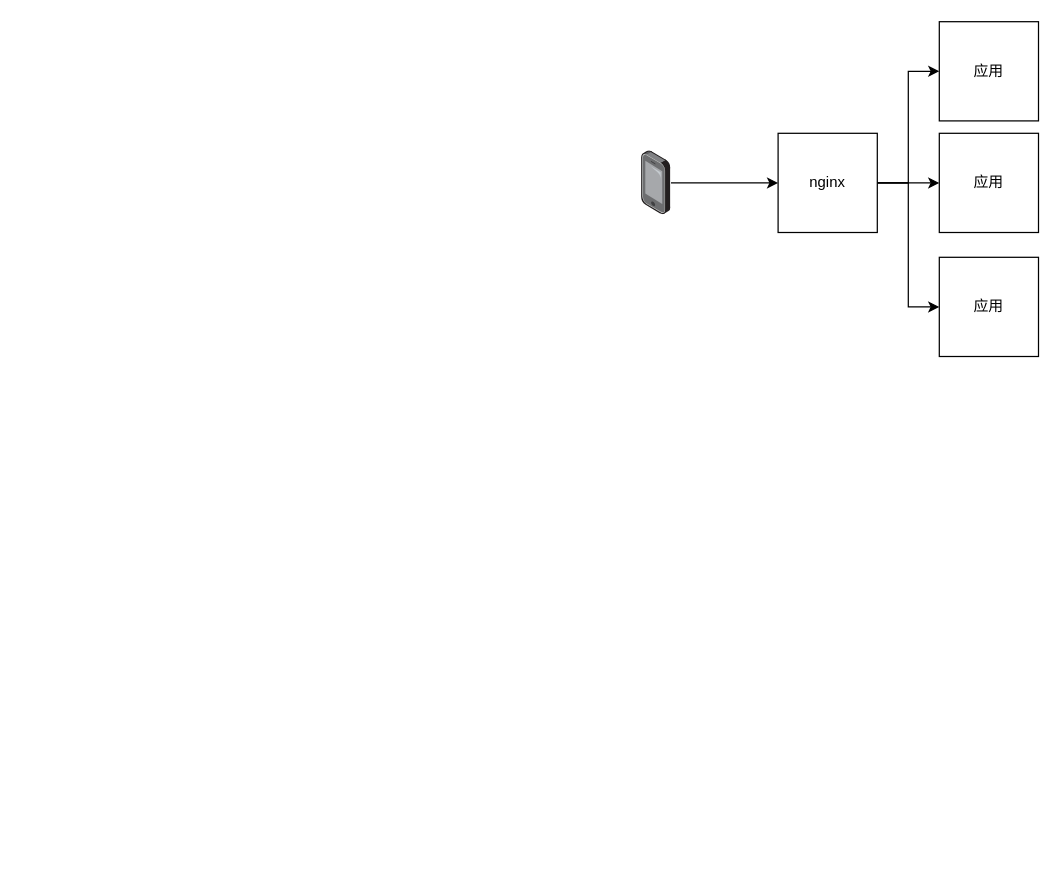
This is diagrams/Untitled Diagram.drawio from spinechooo/resource, a draw.io file, before an edit. Source tidied: cells renumbered, new cells numbered last; positions are measured from the earlier drawing's top-left corner, leaving out a move shared by most shapes. Both pictures are drawn from the tidied source at 124%, with x=0, y=0 at pixel (641, 21).
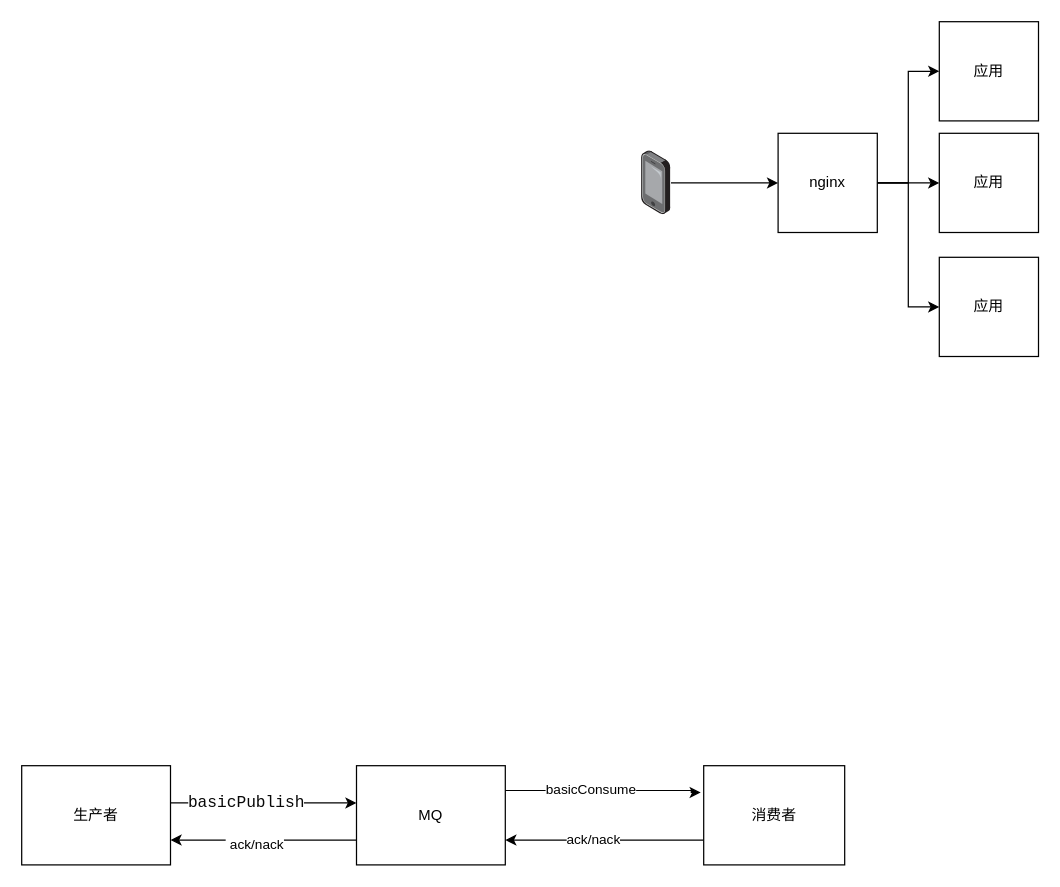
The same diagram, later.

Diff of the diagram source:
```diff
@@
+    <mxCell id="11" style="edgeStyle=orthogonalEdgeStyle;rounded=0;jettySize=auto;html=1;entryX=1;entryY=0.75;entryDx=0;entryDy=0;" parent="1" edge="1" source="15" target="18">
+      <mxGeometry relative="1" as="geometry">
+        <Array as="points">
+          <mxPoint x="-260" y="660" />
+          <mxPoint x="-260" y="660" />
+        </Array>
+      </mxGeometry>
+    </mxCell>
+    <mxCell id="12" value="&amp;nbsp;ack/nack" style="edgeLabel;html=1;align=center;verticalAlign=middle;" parent="11" vertex="1">
+      <mxGeometry x="-0.27" y="3" relative="1" as="geometry">
+        <mxPoint x="-28" as="offset" />
+      </mxGeometry>
+    </mxCell>
+    <mxCell id="13" style="edgeStyle=orthogonalEdgeStyle;rounded=0;jettySize=auto;html=1;entryX=-0.021;entryY=0.27;entryDx=0;entryDy=0;entryPerimeter=0;" parent="1" edge="1" source="15" target="21">
+      <mxGeometry relative="1" as="geometry">
+        <Array as="points">
+          <mxPoint x="40" y="620" />
+          <mxPoint x="40" y="622" />
+        </Array>
+      </mxGeometry>
+    </mxCell>
+    <mxCell id="14" value="basicConsume" style="edgeLabel;html=1;align=center;verticalAlign=middle;" parent="13" vertex="1">
+      <mxGeometry x="0.25" y="2" relative="1" as="geometry">
+        <mxPoint x="-32" as="offset" />
+      </mxGeometry>
+    </mxCell>
+    <mxCell id="15" value="MQ" style="rounded=0;whiteSpace=wrap;html=1;" parent="1" vertex="1">
+      <mxGeometry x="-230" y="600" width="120" height="80" as="geometry" />
+    </mxCell>
+    <mxCell id="16" style="edgeStyle=orthogonalEdgeStyle;rounded=0;jettySize=auto;html=1;" parent="1" edge="1" target="15">
+      <mxGeometry relative="1" as="geometry">
+        <mxPoint x="-380" y="630" as="sourcePoint" />
+        <Array as="points">
+          <mxPoint x="-290" y="630" />
+          <mxPoint x="-290" y="630" />
+        </Array>
+      </mxGeometry>
+    </mxCell>
+    <mxCell id="17" value="&lt;pre style=&quot;background-color:#ffffff;color:#080808;font-family:'JetBrains Mono',monospace;font-size:9.8pt;&quot;&gt;basicPublish&lt;/pre&gt;" style="edgeLabel;html=1;align=center;verticalAlign=middle;" parent="16" vertex="1">
+      <mxGeometry x="-0.35" y="1" relative="1" as="geometry">
+        <mxPoint x="11" as="offset" />
+      </mxGeometry>
+    </mxCell>
+    <mxCell id="18" value="生产者" style="rounded=0;whiteSpace=wrap;html=1;" parent="1" vertex="1">
+      <mxGeometry x="-500" y="600" width="120" height="80" as="geometry" />
+    </mxCell>
+    <mxCell id="19" style="edgeStyle=orthogonalEdgeStyle;rounded=0;jettySize=auto;html=1;exitX=0;exitY=0.75;exitDx=0;exitDy=0;entryX=1;entryY=0.75;entryDx=0;entryDy=0;" parent="1" edge="1" source="21" target="15">
+      <mxGeometry relative="1" as="geometry" />
+    </mxCell>
+    <mxCell id="20" value="ack/nack" style="edgeLabel;html=1;align=center;verticalAlign=middle;" parent="19" vertex="1">
+      <mxGeometry x="0.12" y="-1" relative="1" as="geometry" />
+    </mxCell>
+    <mxCell id="21" value="消费者" style="rounded=0;whiteSpace=wrap;html=1;" parent="1" vertex="1">
+      <mxGeometry x="50" y="600" width="113.7" height="80" as="geometry" />
+    </mxCell>
```
